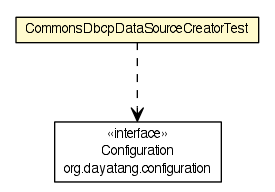
The Graphviz diagram dddlib-datasource-saas/testapidocs/org/dayatang/datasource4saas/dscreator/CommonsDbcpDataSourceCreatorTest.png in dayatang/dddlib, before a commit. Its source is kept beside it as dddlib-datasource-saas/testapidocs/org/dayatang/datasource4saas/dscreator/CommonsDbcpDataSourceCreatorTest.dot. The source it was exported from:
```dot

digraph G {
	edge [fontname="Helvetica",fontsize=10,labelfontname="Helvetica",labelfontsize=10];
	node [fontname="Helvetica",fontsize=10,shape=plaintext];
	nodesep=0.25;
	ranksep=0.5;
	c188 [label=<<table title="org.dayatang.datasource4saas.dscreator.CommonsDbcpDataSourceCreatorTest" border="0" cellborder="1" cellspacing="0" cellpadding="2" port="p" bgcolor="lemonChiffon" href="./CommonsDbcpDataSourceCreatorTest.html">
		<tr><td><table border="0" cellspacing="0" cellpadding="1">
<tr><td align="center" balign="center"> CommonsDbcpDataSourceCreatorTest </td></tr>
		</table></td></tr>
		</table>>, URL="./CommonsDbcpDataSourceCreatorTest.html", fontname="Helvetica", fontcolor="black", fontsize=10.0];
	c188:p -> c197:p [taillabel="", label=" "headlabel="", fontname="Helvetica", fontcolor="black", fontsize=10.0, color="black", arrowhead=open, style=dashed];
	c197 [label=<<table title="org.dayatang.configuration.Configuration" border="0" cellborder="1" cellspacing="0" cellpadding="2" port="p" href="http://java.sun.com/j2se/1.4.2/docs/api/org/dayatang/configuration/Configuration.html">
		<tr><td><table border="0" cellspacing="0" cellpadding="1">
<tr><td align="center" balign="center"> &#171;interface&#187; </td></tr>
<tr><td align="center" balign="center"> Configuration </td></tr>
<tr><td align="center" balign="center"> org.dayatang.configuration </td></tr>
		</table></td></tr>
		</table>>, URL="http://java.sun.com/j2se/1.4.2/docs/api/org/dayatang/configuration/Configuration.html", fontname="Helvetica", fontcolor="black", fontsize=10.0];
}
```
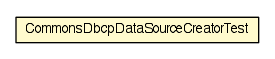
The same diagram one commit later.

What changed in the source:
```diff
@@ -4,17 +4,9 @@
 	node [fontname="Helvetica",fontsize=10,shape=plaintext];
 	nodesep=0.25;
 	ranksep=0.5;
-	c188 [label=<<table title="org.dayatang.datasource4saas.dscreator.CommonsDbcpDataSourceCreatorTest" border="0" cellborder="1" cellspacing="0" cellpadding="2" port="p" bgcolor="lemonChiffon" href="./CommonsDbcpDataSourceCreatorTest.html">
+	c178 [label=<<table title="org.dayatang.datasource4saas.dscreator.CommonsDbcpDataSourceCreatorTest" border="0" cellborder="1" cellspacing="0" cellpadding="2" port="p" bgcolor="lemonChiffon" href="./CommonsDbcpDataSourceCreatorTest.html">
 		<tr><td><table border="0" cellspacing="0" cellpadding="1">
 <tr><td align="center" balign="center"> CommonsDbcpDataSourceCreatorTest </td></tr>
 		</table></td></tr>
 		</table>>, URL="./CommonsDbcpDataSourceCreatorTest.html", fontname="Helvetica", fontcolor="black", fontsize=10.0];
-	c188:p -> c197:p [taillabel="", label=" "headlabel="", fontname="Helvetica", fontcolor="black", fontsize=10.0, color="black", arrowhead=open, style=dashed];
-	c197 [label=<<table title="org.dayatang.configuration.Configuration" border="0" cellborder="1" cellspacing="0" cellpadding="2" port="p" href="http://java.sun.com/j2se/1.4.2/docs/api/org/dayatang/configuration/Configuration.html">
-		<tr><td><table border="0" cellspacing="0" cellpadding="1">
-<tr><td align="center" balign="center"> &#171;interface&#187; </td></tr>
-<tr><td align="center" balign="center"> Configuration </td></tr>
-<tr><td align="center" balign="center"> org.dayatang.configuration </td></tr>
-		</table></td></tr>
-		</table>>, URL="http://java.sun.com/j2se/1.4.2/docs/api/org/dayatang/configuration/Configuration.html", fontname="Helvetica", fontcolor="black", fontsize=10.0];
 }
```
